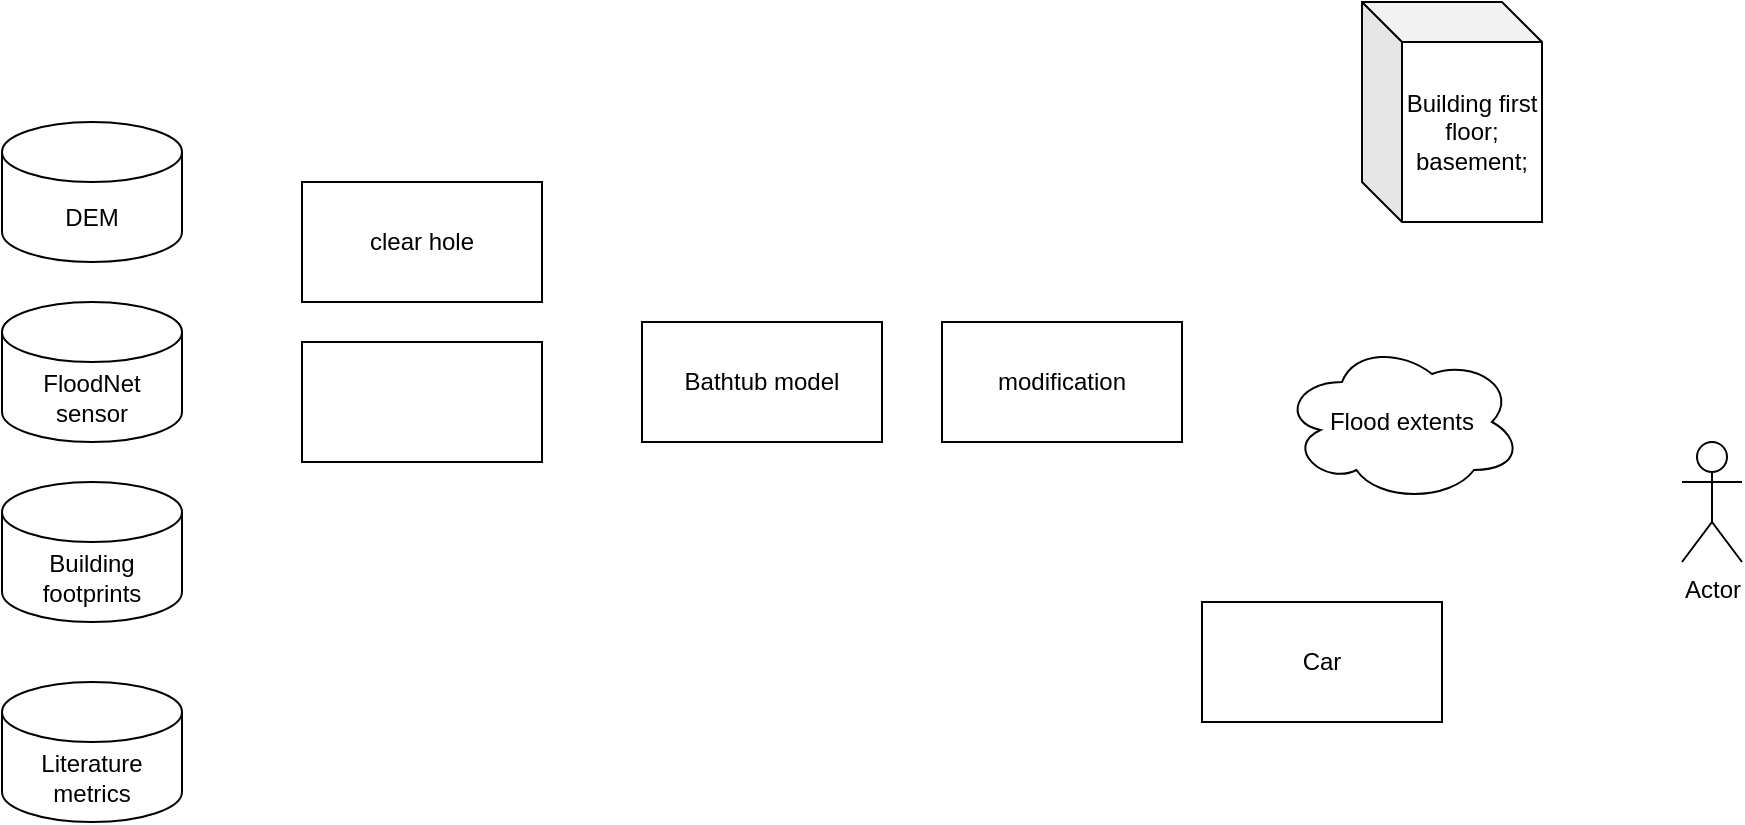
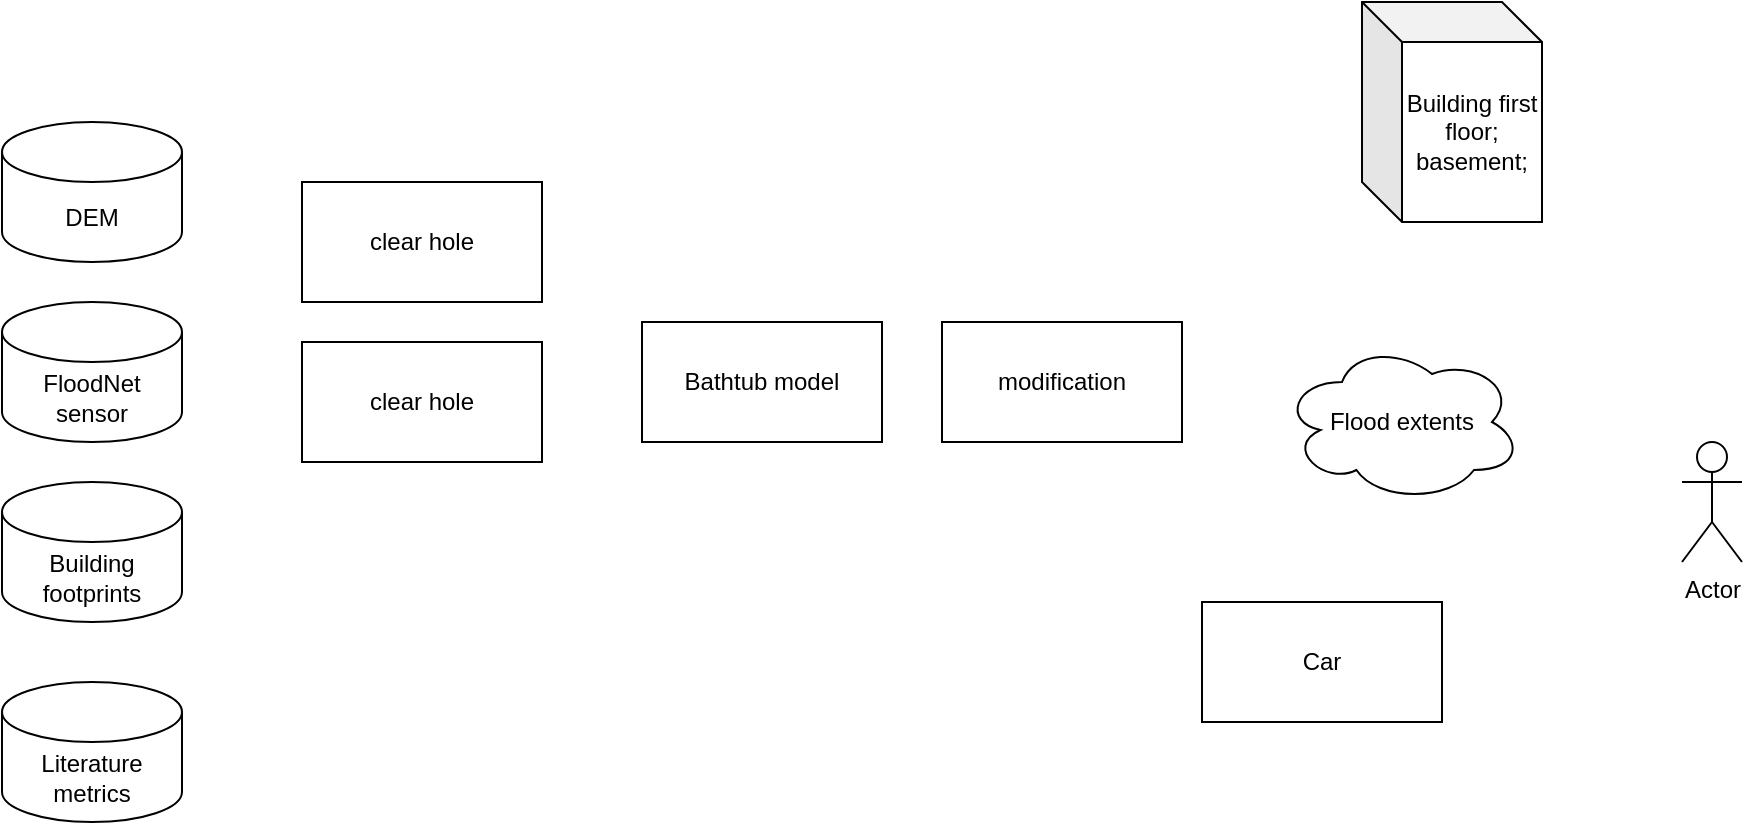
<mxfile host="app.diagrams.net">
  <diagram name="第 1 页" id="rrjs3x73q6XKG6Un8orv">
-     <mxGraphModel dx="2325" dy="393" grid="1" gridSize="10" guides="1" tooltips="1" connect="1" arrows="1" fold="1" page="1" pageScale="1" pageWidth="827" pageHeight="1169" math="0" shadow="0">
+     <mxGraphModel dx="4423" dy="944" grid="1" gridSize="10" guides="1" tooltips="1" connect="1" arrows="1" fold="1" page="1" pageScale="1" pageWidth="827" pageHeight="1169" math="0" shadow="0">
      <root>
        <mxCell id="0" />
        <mxCell id="1" parent="0" />
        <mxCell id="wsXrPMJaeRBQqD8lpksv-2" parent="1" style="shape=cylinder3;whiteSpace=wrap;html=1;boundedLbl=1;backgroundOutline=1;size=15;" value="DEM" vertex="1">
          <mxGeometry height="70" width="90" x="-110" y="180" as="geometry" />
        </mxCell>
        <mxCell id="wsXrPMJaeRBQqD8lpksv-3" parent="1" style="shape=cylinder3;whiteSpace=wrap;html=1;boundedLbl=1;backgroundOutline=1;size=15;" value="FloodNet sensor" vertex="1">
          <mxGeometry height="70" width="90" x="-110" y="270" as="geometry" />
        </mxCell>
        <mxCell id="wsXrPMJaeRBQqD8lpksv-4" parent="1" style="rounded=0;whiteSpace=wrap;html=1;" value="Bathtub model" vertex="1">
          <mxGeometry height="60" width="120" x="210" y="280" as="geometry" />
        </mxCell>
        <mxCell id="wsXrPMJaeRBQqD8lpksv-5" parent="1" style="rounded=0;whiteSpace=wrap;html=1;" value="modification" vertex="1">
          <mxGeometry height="60" width="120" x="360" y="280" as="geometry" />
        </mxCell>
        <mxCell id="wsXrPMJaeRBQqD8lpksv-6" parent="1" style="shape=cylinder3;whiteSpace=wrap;html=1;boundedLbl=1;backgroundOutline=1;size=15;" value="Building footprints" vertex="1">
          <mxGeometry height="70" width="90" x="-110" y="360" as="geometry" />
        </mxCell>
        <mxCell id="wsXrPMJaeRBQqD8lpksv-7" parent="1" style="shape=cylinder3;whiteSpace=wrap;html=1;boundedLbl=1;backgroundOutline=1;size=15;" value="Literature metrics" vertex="1">
          <mxGeometry height="70" width="90" x="-110" y="460" as="geometry" />
        </mxCell>
        <mxCell id="wsXrPMJaeRBQqD8lpksv-9" parent="1" style="ellipse;shape=cloud;whiteSpace=wrap;html=1;" value="Flood extents" vertex="1">
          <mxGeometry height="80" width="120" x="530" y="290" as="geometry" />
        </mxCell>
        <mxCell id="wsXrPMJaeRBQqD8lpksv-10" parent="1" style="shape=cube;whiteSpace=wrap;html=1;boundedLbl=1;backgroundOutline=1;darkOpacity=0.05;darkOpacity2=0.1;" value="Building first floor;&lt;div&gt;basement;&lt;/div&gt;" vertex="1">
          <mxGeometry height="110" width="90" x="570" y="120" as="geometry" />
        </mxCell>
        <mxCell id="wsXrPMJaeRBQqD8lpksv-12" parent="1" style="rounded=0;whiteSpace=wrap;html=1;" value="Car" vertex="1">
          <mxGeometry height="60" width="120" x="490" y="420" as="geometry" />
        </mxCell>
        <mxCell id="wsXrPMJaeRBQqD8lpksv-13" parent="1" style="shape=umlActor;verticalLabelPosition=bottom;verticalAlign=top;html=1;outlineConnect=0;" value="Actor" vertex="1">
          <mxGeometry height="60" width="30" x="730" y="340" as="geometry" />
        </mxCell>
        <mxCell id="wsXrPMJaeRBQqD8lpksv-16" parent="1" style="rounded=0;whiteSpace=wrap;html=1;" value="clear hole" vertex="1">
          <mxGeometry height="60" width="120" x="40" y="210" as="geometry" />
        </mxCell>
-         <mxCell id="wsXrPMJaeRBQqD8lpksv-17" parent="1" style="rounded=0;whiteSpace=wrap;html=1;" value="" vertex="1">
+         <mxCell id="wsXrPMJaeRBQqD8lpksv-17" parent="1" style="rounded=0;whiteSpace=wrap;html=1;" value="clear hole" vertex="1">
          <mxGeometry height="60" width="120" x="40" y="290" as="geometry" />
        </mxCell>
      </root>
    </mxGraphModel>
  </diagram>
</mxfile>
